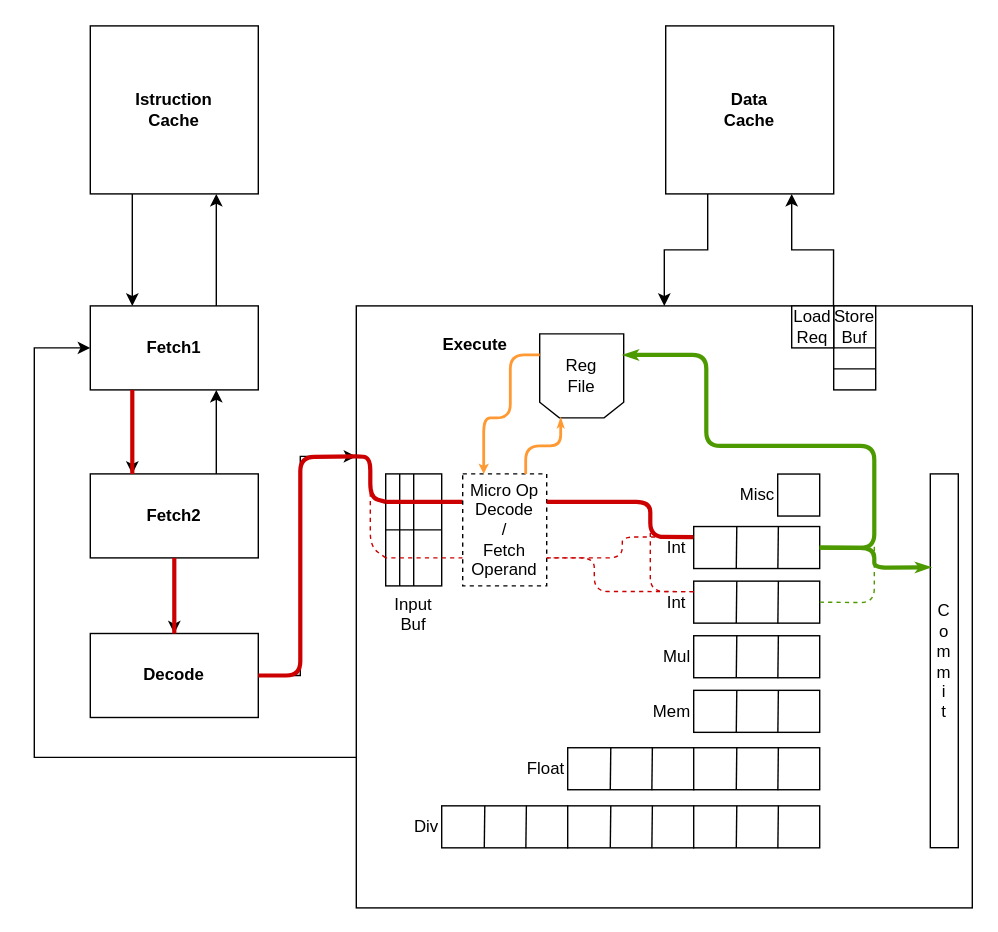
Above: Diagrammi/MinorArmIntOp.drawio in The90Frank/MinorArmAnalyzer (draw.io), before the change. Source tidied: cells renumbered, new cells numbered last; positions are measured from the earlier drawing's top-left corner, leaving out a move shared by most shapes. Both pictures are drawn from the tidied source at 140%, with x=0, y=0 at pixel (34, 25).
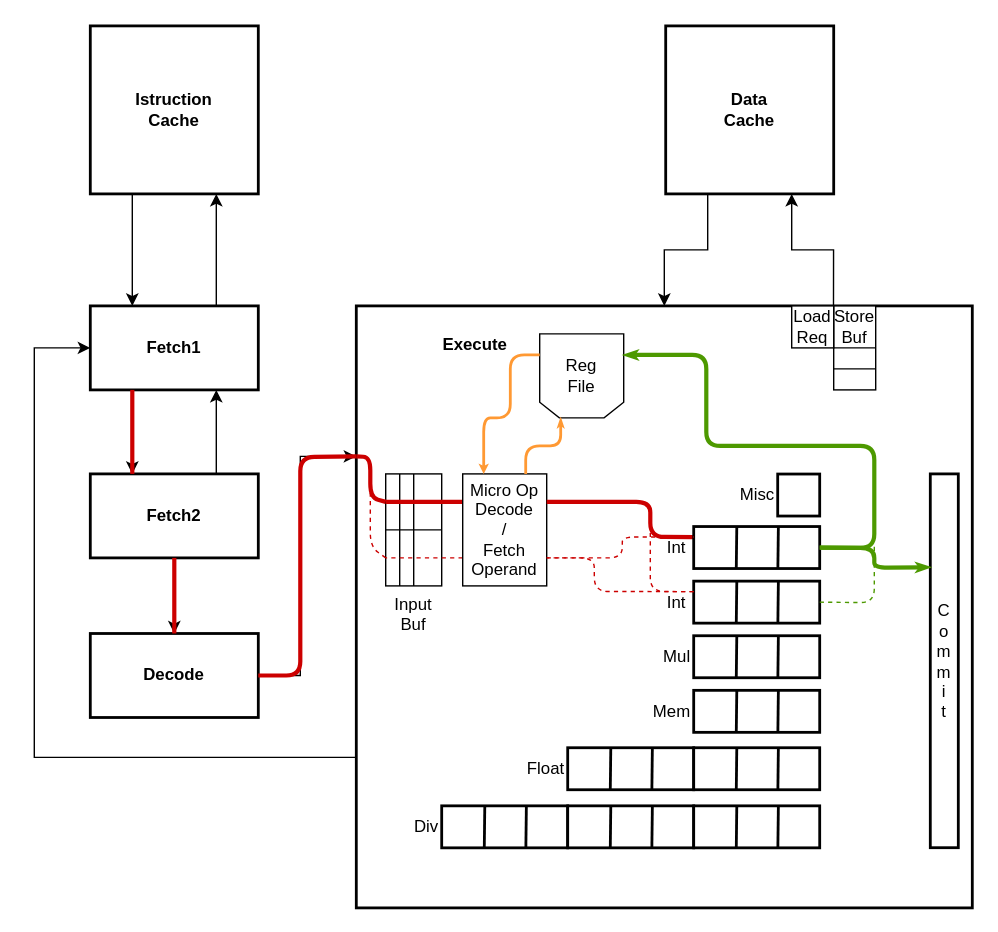
The same page after the edit.

The edit, as a diff of the source:
```diff
@@
-    <mxCell id="3" value="Istruction&lt;br&gt;Cache" style="rounded=0;whiteSpace=wrap;html=1;fontStyle=1;" parent="1" vertex="1">
+    <mxCell id="3" value="Istruction&lt;br&gt;Cache" style="rounded=0;whiteSpace=wrap;html=1;fontStyle=1;strokeWidth=2;" parent="1" vertex="1">
       <mxGeometry x="40" width="120" height="120" as="geometry" />
     </mxCell>
@@
-    <mxCell id="6" value="Fetch1" style="rounded=0;whiteSpace=wrap;html=1;fontStyle=1;" parent="1" vertex="1">
+    <mxCell id="6" value="Fetch1" style="rounded=0;whiteSpace=wrap;html=1;fontStyle=1;strokeWidth=2;" parent="1" vertex="1">
       <mxGeometry x="40" y="200" width="120" height="60" as="geometry" />
     </mxCell>
@@
-    <mxCell id="9" value="Fetch2" style="rounded=0;whiteSpace=wrap;html=1;fontStyle=1;" parent="1" vertex="1">
+    <mxCell id="9" value="Fetch2" style="rounded=0;whiteSpace=wrap;html=1;fontStyle=1;strokeWidth=2;" parent="1" vertex="1">
       <mxGeometry x="40" y="320" width="120" height="60" as="geometry" />
     </mxCell>
@@
-    <mxCell id="11" value="&lt;span&gt;Decode&lt;/span&gt;" style="rounded=0;whiteSpace=wrap;html=1;fontStyle=1;" parent="1" vertex="1">
+    <mxCell id="11" value="&lt;span&gt;Decode&lt;/span&gt;" style="rounded=0;whiteSpace=wrap;html=1;fontStyle=1;strokeWidth=2;" parent="1" vertex="1">
       <mxGeometry x="40" y="434" width="120" height="60" as="geometry" />
     </mxCell>
@@
-    <mxCell id="14" value="&amp;nbsp; &amp;nbsp; &amp;nbsp; &amp;nbsp; &amp;nbsp; &lt;br&gt;&amp;nbsp; &amp;nbsp; &amp;nbsp; &amp;nbsp; &amp;nbsp; &amp;nbsp; &amp;nbsp; &amp;nbsp; &amp;nbsp; &lt;b&gt;Execute&lt;/b&gt;" style="rounded=0;whiteSpace=wrap;html=1;verticalAlign=top;labelPosition=center;verticalLabelPosition=middle;align=left;" parent="1" vertex="1">
+    <mxCell id="14" value="&amp;nbsp; &amp;nbsp; &amp;nbsp; &amp;nbsp; &amp;nbsp; &lt;br&gt;&amp;nbsp; &amp;nbsp; &amp;nbsp; &amp;nbsp; &amp;nbsp; &amp;nbsp; &amp;nbsp; &amp;nbsp; &amp;nbsp; &lt;b&gt;Execute&lt;/b&gt;" style="rounded=0;whiteSpace=wrap;html=1;verticalAlign=top;labelPosition=center;verticalLabelPosition=middle;align=left;strokeWidth=2;" parent="1" vertex="1">
       <mxGeometry x="230" y="200" width="440" height="430" as="geometry" />
     </mxCell>
@@
-    <mxCell id="16" value="Data&lt;br&gt;Cache" style="rounded=0;whiteSpace=wrap;html=1;fontStyle=1;" parent="1" vertex="1">
+    <mxCell id="16" value="Data&lt;br&gt;Cache" style="rounded=0;whiteSpace=wrap;html=1;fontStyle=1;strokeWidth=2;" parent="1" vertex="1">
       <mxGeometry x="451" width="120" height="120" as="geometry" />
     </mxCell>
-    <mxCell id="17" value="Int&amp;nbsp;" style="rounded=0;whiteSpace=wrap;html=1;align=right;labelPosition=left;verticalLabelPosition=middle;verticalAlign=middle;" parent="1" vertex="1">
+    <mxCell id="17" value="Int&amp;nbsp;" style="rounded=0;whiteSpace=wrap;html=1;align=right;labelPosition=left;verticalLabelPosition=middle;verticalAlign=middle;strokeWidth=2;" parent="1" vertex="1">
       <mxGeometry x="471" y="396.6" width="90" height="30" as="geometry" />
     </mxCell>
-    <mxCell id="18" style="endArrow=none;html=1;exitX=0.338;exitY=0.997;exitDx=0;exitDy=0;exitPerimeter=0;entryX=0.342;entryY=0.003;entryDx=0;entryDy=0;entryPerimeter=0;" parent="1" edge="1" source="17" target="17">
+    <mxCell id="18" style="endArrow=none;html=1;exitX=0.338;exitY=0.997;exitDx=0;exitDy=0;exitPerimeter=0;entryX=0.342;entryY=0.003;entryDx=0;entryDy=0;entryPerimeter=0;strokeWidth=2;" parent="1" edge="1" source="17" target="17">
       <mxGeometry relative="1" as="geometry" />
     </mxCell>
-    <mxCell id="19" style="endArrow=none;html=1;exitX=0.668;exitY=1.01;exitDx=0;exitDy=0;exitPerimeter=0;entryX=0.672;entryY=-0.003;entryDx=0;entryDy=0;entryPerimeter=0;" parent="1" edge="1" source="17" target="17">
+    <mxCell id="19" style="endArrow=none;html=1;exitX=0.668;exitY=1.01;exitDx=0;exitDy=0;exitPerimeter=0;entryX=0.672;entryY=-0.003;entryDx=0;entryDy=0;entryPerimeter=0;strokeWidth=2;" parent="1" edge="1" source="17" target="17">
       <mxGeometry relative="1" as="geometry" />
     </mxCell>
-    <mxCell id="20" value="Mul" style="rounded=0;whiteSpace=wrap;html=1;align=right;labelPosition=left;verticalLabelPosition=middle;verticalAlign=middle;" parent="1" vertex="1">
+    <mxCell id="20" value="Mul" style="rounded=0;whiteSpace=wrap;html=1;align=right;labelPosition=left;verticalLabelPosition=middle;verticalAlign=middle;strokeWidth=2;" parent="1" vertex="1">
       <mxGeometry x="471" y="435.6" width="90" height="30" as="geometry" />
     </mxCell>
-    <mxCell id="21" style="endArrow=none;html=1;exitX=0.338;exitY=0.997;exitDx=0;exitDy=0;exitPerimeter=0;entryX=0.342;entryY=0.003;entryDx=0;entryDy=0;entryPerimeter=0;" parent="1" edge="1" source="20" target="20">
+    <mxCell id="21" style="endArrow=none;html=1;exitX=0.338;exitY=0.997;exitDx=0;exitDy=0;exitPerimeter=0;entryX=0.342;entryY=0.003;entryDx=0;entryDy=0;entryPerimeter=0;strokeWidth=2;" parent="1" edge="1" source="20" target="20">
       <mxGeometry relative="1" as="geometry" />
     </mxCell>
-    <mxCell id="22" style="endArrow=none;html=1;exitX=0.668;exitY=1.01;exitDx=0;exitDy=0;exitPerimeter=0;entryX=0.672;entryY=-0.003;entryDx=0;entryDy=0;entryPerimeter=0;" parent="1" edge="1" source="20" target="20">
+    <mxCell id="22" style="endArrow=none;html=1;exitX=0.668;exitY=1.01;exitDx=0;exitDy=0;exitPerimeter=0;entryX=0.672;entryY=-0.003;entryDx=0;entryDy=0;entryPerimeter=0;strokeWidth=2;" parent="1" edge="1" source="20" target="20">
       <mxGeometry relative="1" as="geometry" />
     </mxCell>
-    <mxCell id="23" value="Div" style="rounded=0;whiteSpace=wrap;html=1;align=right;labelPosition=left;verticalLabelPosition=middle;verticalAlign=middle;" parent="1" vertex="1">
+    <mxCell id="23" value="Div" style="rounded=0;whiteSpace=wrap;html=1;align=right;labelPosition=left;verticalLabelPosition=middle;verticalAlign=middle;strokeWidth=2;" parent="1" vertex="1">
       <mxGeometry x="291" y="557.1" width="90" height="30" as="geometry" />
     </mxCell>
-    <mxCell id="24" style="endArrow=none;html=1;exitX=0.338;exitY=0.997;exitDx=0;exitDy=0;exitPerimeter=0;entryX=0.342;entryY=0.003;entryDx=0;entryDy=0;entryPerimeter=0;" parent="1" edge="1" source="23" target="23">
+    <mxCell id="24" style="endArrow=none;html=1;exitX=0.338;exitY=0.997;exitDx=0;exitDy=0;exitPerimeter=0;entryX=0.342;entryY=0.003;entryDx=0;entryDy=0;entryPerimeter=0;strokeWidth=2;" parent="1" edge="1" source="23" target="23">
       <mxGeometry relative="1" as="geometry" />
     </mxCell>
-    <mxCell id="25" style="endArrow=none;html=1;exitX=0.668;exitY=1.01;exitDx=0;exitDy=0;exitPerimeter=0;entryX=0.672;entryY=-0.003;entryDx=0;entryDy=0;entryPerimeter=0;" parent="1" edge="1" source="23" target="23">
+    <mxCell id="25" style="endArrow=none;html=1;exitX=0.668;exitY=1.01;exitDx=0;exitDy=0;exitPerimeter=0;entryX=0.672;entryY=-0.003;entryDx=0;entryDy=0;entryPerimeter=0;strokeWidth=2;" parent="1" edge="1" source="23" target="23">
       <mxGeometry relative="1" as="geometry" />
     </mxCell>
-    <mxCell id="26" style="rounded=0;whiteSpace=wrap;html=1;align=right;labelPosition=left;verticalLabelPosition=middle;verticalAlign=middle;" parent="1" vertex="1">
+    <mxCell id="26" style="rounded=0;whiteSpace=wrap;html=1;align=right;labelPosition=left;verticalLabelPosition=middle;verticalAlign=middle;strokeWidth=2;" parent="1" vertex="1">
       <mxGeometry x="381" y="557.1" width="90" height="30" as="geometry" />
     </mxCell>
-    <mxCell id="27" style="endArrow=none;html=1;exitX=0.338;exitY=0.997;exitDx=0;exitDy=0;exitPerimeter=0;entryX=0.342;entryY=0.003;entryDx=0;entryDy=0;entryPerimeter=0;" parent="1" edge="1" source="26" target="26">
+    <mxCell id="27" style="endArrow=none;html=1;exitX=0.338;exitY=0.997;exitDx=0;exitDy=0;exitPerimeter=0;entryX=0.342;entryY=0.003;entryDx=0;entryDy=0;entryPerimeter=0;strokeWidth=2;" parent="1" edge="1" source="26" target="26">
       <mxGeometry relative="1" as="geometry" />
     </mxCell>
-    <mxCell id="28" style="endArrow=none;html=1;exitX=0.668;exitY=1.01;exitDx=0;exitDy=0;exitPerimeter=0;entryX=0.672;entryY=-0.003;entryDx=0;entryDy=0;entryPerimeter=0;" parent="1" edge="1" source="26" target="26">
+    <mxCell id="28" style="endArrow=none;html=1;exitX=0.668;exitY=1.01;exitDx=0;exitDy=0;exitPerimeter=0;entryX=0.672;entryY=-0.003;entryDx=0;entryDy=0;entryPerimeter=0;strokeWidth=2;" parent="1" edge="1" source="26" target="26">
       <mxGeometry relative="1" as="geometry" />
     </mxCell>
-    <mxCell id="29" style="rounded=0;whiteSpace=wrap;html=1;align=right;labelPosition=left;verticalLabelPosition=middle;verticalAlign=middle;" parent="1" vertex="1">
+    <mxCell id="29" style="rounded=0;whiteSpace=wrap;html=1;align=right;labelPosition=left;verticalLabelPosition=middle;verticalAlign=middle;strokeWidth=2;" parent="1" vertex="1">
       <mxGeometry x="471" y="557.1" width="90" height="30" as="geometry" />
     </mxCell>
-    <mxCell id="30" style="endArrow=none;html=1;exitX=0.338;exitY=0.997;exitDx=0;exitDy=0;exitPerimeter=0;entryX=0.342;entryY=0.003;entryDx=0;entryDy=0;entryPerimeter=0;" parent="1" edge="1" source="29" target="29">
+    <mxCell id="30" style="endArrow=none;html=1;exitX=0.338;exitY=0.997;exitDx=0;exitDy=0;exitPerimeter=0;entryX=0.342;entryY=0.003;entryDx=0;entryDy=0;entryPerimeter=0;strokeWidth=2;" parent="1" edge="1" source="29" target="29">
       <mxGeometry relative="1" as="geometry" />
     </mxCell>
-    <mxCell id="31" style="endArrow=none;html=1;exitX=0.668;exitY=1.01;exitDx=0;exitDy=0;exitPerimeter=0;entryX=0.672;entryY=-0.003;entryDx=0;entryDy=0;entryPerimeter=0;" parent="1" edge="1" source="29" target="29">
+    <mxCell id="31" style="endArrow=none;html=1;exitX=0.668;exitY=1.01;exitDx=0;exitDy=0;exitPerimeter=0;entryX=0.672;entryY=-0.003;entryDx=0;entryDy=0;entryPerimeter=0;strokeWidth=2;" parent="1" edge="1" source="29" target="29">
       <mxGeometry relative="1" as="geometry" />
     </mxCell>
-    <mxCell id="32" value="Float" style="rounded=0;whiteSpace=wrap;html=1;align=right;labelPosition=left;verticalLabelPosition=middle;verticalAlign=middle;" parent="1" vertex="1">
+    <mxCell id="32" value="Float" style="rounded=0;whiteSpace=wrap;html=1;align=right;labelPosition=left;verticalLabelPosition=middle;verticalAlign=middle;strokeWidth=2;" parent="1" vertex="1">
       <mxGeometry x="381" y="515.6" width="90" height="30" as="geometry" />
     </mxCell>
-    <mxCell id="33" style="endArrow=none;html=1;exitX=0.338;exitY=0.997;exitDx=0;exitDy=0;exitPerimeter=0;entryX=0.342;entryY=0.003;entryDx=0;entryDy=0;entryPerimeter=0;" parent="1" edge="1" source="32" target="32">
+    <mxCell id="33" style="endArrow=none;html=1;exitX=0.338;exitY=0.997;exitDx=0;exitDy=0;exitPerimeter=0;entryX=0.342;entryY=0.003;entryDx=0;entryDy=0;entryPerimeter=0;strokeWidth=2;" parent="1" edge="1" source="32" target="32">
       <mxGeometry relative="1" as="geometry" />
     </mxCell>
-    <mxCell id="34" style="endArrow=none;html=1;exitX=0.668;exitY=1.01;exitDx=0;exitDy=0;exitPerimeter=0;entryX=0.672;entryY=-0.003;entryDx=0;entryDy=0;entryPerimeter=0;" parent="1" edge="1" source="32" target="32">
+    <mxCell id="34" style="endArrow=none;html=1;exitX=0.668;exitY=1.01;exitDx=0;exitDy=0;exitPerimeter=0;entryX=0.672;entryY=-0.003;entryDx=0;entryDy=0;entryPerimeter=0;strokeWidth=2;" parent="1" edge="1" source="32" target="32">
       <mxGeometry relative="1" as="geometry" />
     </mxCell>
-    <mxCell id="35" style="rounded=0;whiteSpace=wrap;html=1;align=right;labelPosition=left;verticalLabelPosition=middle;verticalAlign=middle;" parent="1" vertex="1">
+    <mxCell id="35" style="rounded=0;whiteSpace=wrap;html=1;align=right;labelPosition=left;verticalLabelPosition=middle;verticalAlign=middle;strokeWidth=2;" parent="1" vertex="1">
       <mxGeometry x="471" y="515.6" width="90" height="30" as="geometry" />
     </mxCell>
-    <mxCell id="36" style="endArrow=none;html=1;exitX=0.338;exitY=0.997;exitDx=0;exitDy=0;exitPerimeter=0;entryX=0.342;entryY=0.003;entryDx=0;entryDy=0;entryPerimeter=0;" parent="1" edge="1" source="35" target="35">
+    <mxCell id="36" style="endArrow=none;html=1;exitX=0.338;exitY=0.997;exitDx=0;exitDy=0;exitPerimeter=0;entryX=0.342;entryY=0.003;entryDx=0;entryDy=0;entryPerimeter=0;strokeWidth=2;" parent="1" edge="1" source="35" target="35">
       <mxGeometry relative="1" as="geometry" />
     </mxCell>
-    <mxCell id="37" style="endArrow=none;html=1;exitX=0.668;exitY=1.01;exitDx=0;exitDy=0;exitPerimeter=0;entryX=0.672;entryY=-0.003;entryDx=0;entryDy=0;entryPerimeter=0;" parent="1" edge="1" source="35" target="35">
+    <mxCell id="37" style="endArrow=none;html=1;exitX=0.668;exitY=1.01;exitDx=0;exitDy=0;exitPerimeter=0;entryX=0.672;entryY=-0.003;entryDx=0;entryDy=0;entryPerimeter=0;strokeWidth=2;" parent="1" edge="1" source="35" target="35">
       <mxGeometry relative="1" as="geometry" />
     </mxCell>
-    <mxCell id="38" value="Mem" style="rounded=0;whiteSpace=wrap;html=1;align=right;labelPosition=left;verticalLabelPosition=middle;verticalAlign=middle;" parent="1" vertex="1">
+    <mxCell id="38" value="Mem" style="rounded=0;whiteSpace=wrap;html=1;align=right;labelPosition=left;verticalLabelPosition=middle;verticalAlign=middle;strokeWidth=2;" parent="1" vertex="1">
       <mxGeometry x="471" y="474.6" width="90" height="30" as="geometry" />
     </mxCell>
-    <mxCell id="39" style="endArrow=none;html=1;exitX=0.338;exitY=0.997;exitDx=0;exitDy=0;exitPerimeter=0;entryX=0.342;entryY=0.003;entryDx=0;entryDy=0;entryPerimeter=0;" parent="1" edge="1" source="38" target="38">
+    <mxCell id="39" style="endArrow=none;html=1;exitX=0.338;exitY=0.997;exitDx=0;exitDy=0;exitPerimeter=0;entryX=0.342;entryY=0.003;entryDx=0;entryDy=0;entryPerimeter=0;strokeWidth=2;" parent="1" edge="1" source="38" target="38">
       <mxGeometry relative="1" as="geometry" />
     </mxCell>
-    <mxCell id="40" style="endArrow=none;html=1;exitX=0.668;exitY=1.01;exitDx=0;exitDy=0;exitPerimeter=0;entryX=0.672;entryY=-0.003;entryDx=0;entryDy=0;entryPerimeter=0;" parent="1" edge="1" source="38" target="38">
+    <mxCell id="40" style="endArrow=none;html=1;exitX=0.668;exitY=1.01;exitDx=0;exitDy=0;exitPerimeter=0;entryX=0.672;entryY=-0.003;entryDx=0;entryDy=0;entryPerimeter=0;strokeWidth=2;" parent="1" edge="1" source="38" target="38">
       <mxGeometry relative="1" as="geometry" />
     </mxCell>
-    <mxCell id="41" value="Misc" style="rounded=0;whiteSpace=wrap;html=1;align=right;labelPosition=left;verticalLabelPosition=middle;verticalAlign=middle;" parent="1" vertex="1">
+    <mxCell id="41" value="Misc" style="rounded=0;whiteSpace=wrap;html=1;align=right;labelPosition=left;verticalLabelPosition=middle;verticalAlign=middle;strokeWidth=2;" parent="1" vertex="1">
       <mxGeometry x="531" y="320.1" width="30" height="30" as="geometry" />
     </mxCell>
@@
-    <mxCell id="52" value="C&lt;br&gt;o&lt;br&gt;m&lt;br&gt;m&lt;br&gt;i&lt;br&gt;t" style="rounded=0;whiteSpace=wrap;html=1;align=center;" parent="1" vertex="1">
+    <mxCell id="52" value="C&lt;br&gt;o&lt;br&gt;m&lt;br&gt;m&lt;br&gt;i&lt;br&gt;t" style="rounded=0;whiteSpace=wrap;html=1;align=center;strokeWidth=2;" parent="1" vertex="1">
       <mxGeometry x="640" y="320" width="20" height="267" as="geometry" />
     </mxCell>
@@
-    <mxCell id="60" value="Micro Op&lt;br&gt;Decode&lt;br&gt;/&lt;br&gt;Fetch&lt;br&gt;Operand" style="rounded=0;whiteSpace=wrap;html=1;dashed=1;" parent="1" vertex="1">
+    <mxCell id="60" value="Micro Op&lt;br&gt;Decode&lt;br&gt;/&lt;br&gt;Fetch&lt;br&gt;Operand" style="rounded=0;whiteSpace=wrap;html=1;" parent="1" vertex="1">
       <mxGeometry x="306" y="320" width="60" height="80" as="geometry" />
     </mxCell>
@@
-    <mxCell id="64" value="Int&amp;nbsp;" style="rounded=0;whiteSpace=wrap;html=1;align=right;labelPosition=left;verticalLabelPosition=middle;verticalAlign=middle;" parent="1" vertex="1">
+    <mxCell id="64" value="Int&amp;nbsp;" style="rounded=0;whiteSpace=wrap;html=1;align=right;labelPosition=left;verticalLabelPosition=middle;verticalAlign=middle;strokeWidth=2;" parent="1" vertex="1">
       <mxGeometry x="471" y="357.6" width="90" height="30" as="geometry" />
     </mxCell>
-    <mxCell id="65" style="endArrow=none;html=1;exitX=0.338;exitY=0.997;exitDx=0;exitDy=0;exitPerimeter=0;entryX=0.342;entryY=0.003;entryDx=0;entryDy=0;entryPerimeter=0;" parent="1" edge="1" source="64" target="64">
+    <mxCell id="65" style="endArrow=none;html=1;exitX=0.338;exitY=0.997;exitDx=0;exitDy=0;exitPerimeter=0;entryX=0.342;entryY=0.003;entryDx=0;entryDy=0;entryPerimeter=0;strokeWidth=2;" parent="1" edge="1" source="64" target="64">
       <mxGeometry relative="1" as="geometry" />
     </mxCell>
-    <mxCell id="66" style="endArrow=none;html=1;exitX=0.668;exitY=1.01;exitDx=0;exitDy=0;exitPerimeter=0;entryX=0.672;entryY=-0.003;entryDx=0;entryDy=0;entryPerimeter=0;" parent="1" edge="1" source="64" target="64">
+    <mxCell id="66" style="endArrow=none;html=1;exitX=0.668;exitY=1.01;exitDx=0;exitDy=0;exitPerimeter=0;entryX=0.672;entryY=-0.003;entryDx=0;entryDy=0;entryPerimeter=0;strokeWidth=2;" parent="1" edge="1" source="64" target="64">
       <mxGeometry relative="1" as="geometry" />
     </mxCell>
```
